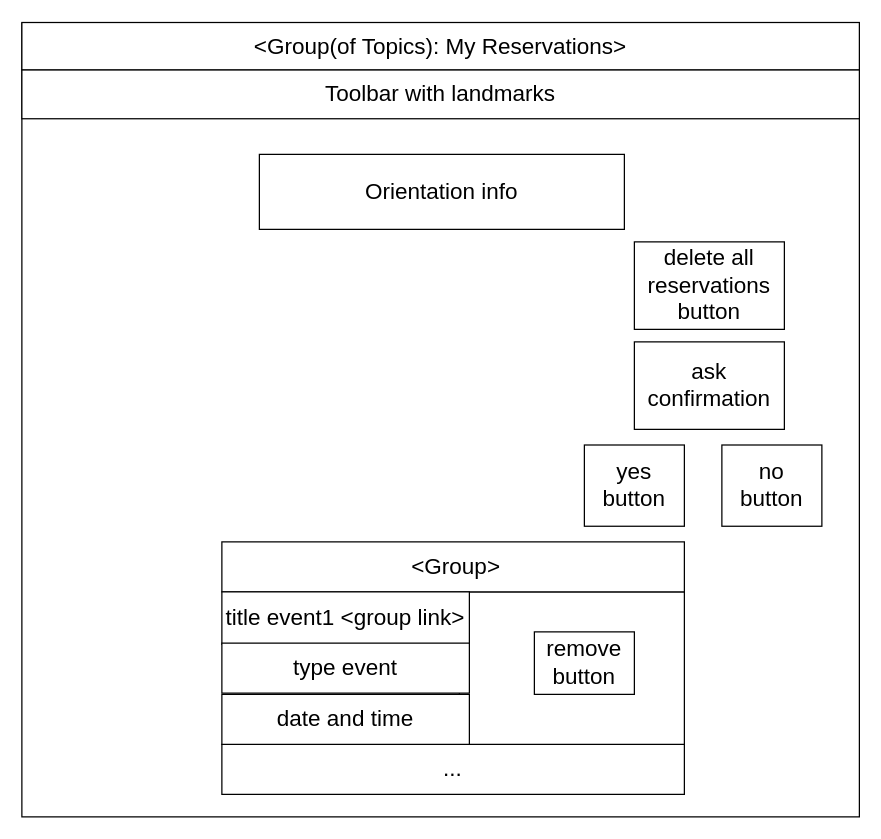
This is other/documentation/frontend/DRAW IO desing/myReservations confirm delete all.drawio from LeonardoPanizzo/hypermedia2019, a draw.io file, before an edit. Source tidied: cells renumbered, new cells numbered last; positions are measured from the earlier drawing's top-left corner, leaving out a move shared by most shapes. Both pictures are drawn from the tidied source at 125%, with x=0, y=0 at pixel (21, 21).
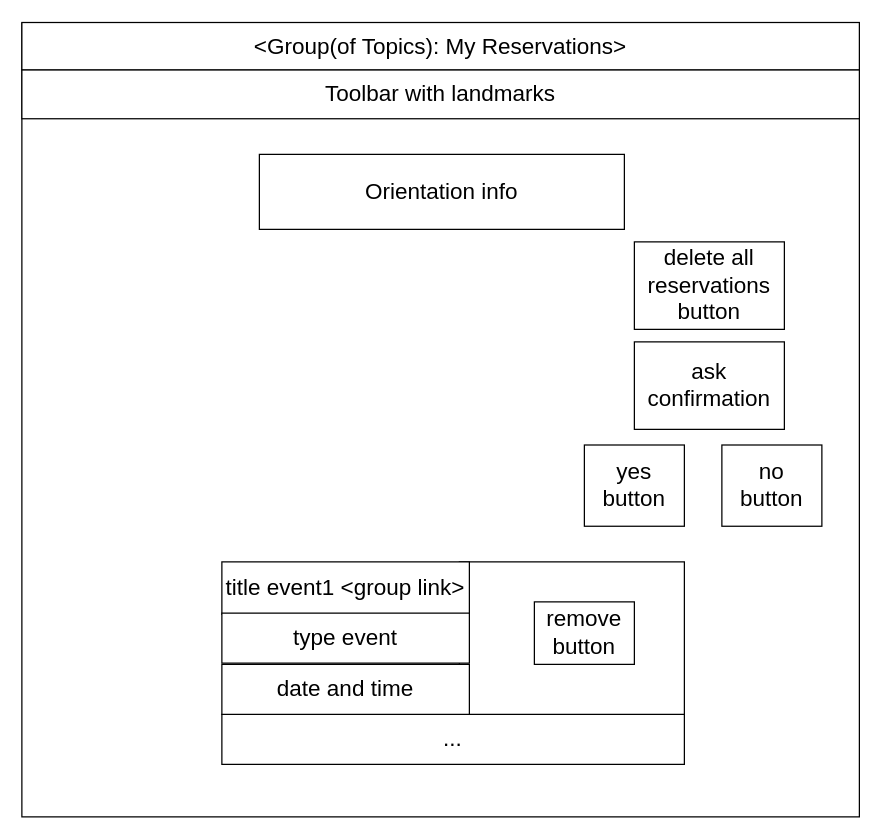
After the change.

The edit, as a diff of the source:
```diff
@@
 <mxGraphModel>
   <root>
     <mxCell id="0" />
     <mxCell id="1" parent="0" />
     <mxCell id="2" style="rounded=0;whiteSpace=wrap;html=1;" parent="1" vertex="1">
       <mxGeometry y="1" width="670" height="635" as="geometry" />
     </mxCell>
     <mxCell id="3" style="rounded=0;whiteSpace=wrap;html=1;" parent="1" vertex="1">
-      <mxGeometry x="350" y="456" width="180" height="130" as="geometry" />
+      <mxGeometry x="350" y="432" width="180" height="130" as="geometry" />
     </mxCell>
     <mxCell id="4" value="&lt;div style=&quot;text-align: left ; font-size: 18px&quot;&gt;&lt;span&gt;&amp;lt;Group(of Topics): My Reservations&amp;gt;&lt;/span&gt;&lt;br&gt;&lt;/div&gt;" style="rounded=0;whiteSpace=wrap;html=1;fontSize=18;" parent="1" vertex="1">
       <mxGeometry y="0.5" width="670" height="38" as="geometry" />
     </mxCell>
     <mxCell id="5" value="Toolbar with landmarks" style="rounded=0;whiteSpace=wrap;html=1;fontSize=18;" parent="1" vertex="1">
       <mxGeometry y="38.5" width="670" height="39" as="geometry" />
     </mxCell>
-    <mxCell id="6" value="&amp;nbsp;&amp;lt;Group&amp;gt;" style="rounded=0;whiteSpace=wrap;html=1;fontSize=18;" parent="1" vertex="1">
-      <mxGeometry x="160" y="416" width="370" height="40" as="geometry" />
-    </mxCell>
     <mxCell id="7" value="..." style="rounded=0;whiteSpace=wrap;html=1;fontSize=18;" parent="1" vertex="1">
-      <mxGeometry x="160" y="578" width="370" height="40" as="geometry" />
+      <mxGeometry x="160" y="554" width="370" height="40" as="geometry" />
     </mxCell>
     <mxCell id="8" value="title event1 &amp;lt;group link&amp;gt;" style="rounded=0;whiteSpace=wrap;html=1;fontSize=18;" parent="1" vertex="1">
-      <mxGeometry x="160" y="456" width="198" height="42" as="geometry" />
+      <mxGeometry x="160" y="432" width="198" height="42" as="geometry" />
     </mxCell>
     <mxCell id="9" value="delete all reservations&lt;br&gt;button" style="rounded=0;whiteSpace=wrap;html=1;fontSize=18;" parent="1" vertex="1">
       <mxGeometry x="490" y="176" width="120" height="70" as="geometry" />
     </mxCell>
     <mxCell id="10" value="type event" style="rounded=0;whiteSpace=wrap;html=1;fontSize=18;" parent="1" vertex="1">
-      <mxGeometry x="160" y="497" width="198" height="40" as="geometry" />
+      <mxGeometry x="160" y="473" width="198" height="40" as="geometry" />
     </mxCell>
     <mxCell id="11" value="date and time" style="rounded=0;whiteSpace=wrap;html=1;fontSize=18;" parent="1" vertex="1">
-      <mxGeometry x="160" y="538" width="198" height="40" as="geometry" />
+      <mxGeometry x="160" y="514" width="198" height="40" as="geometry" />
     </mxCell>
     <mxCell id="12" value="remove&lt;br&gt;button" style="rounded=0;whiteSpace=wrap;html=1;fontSize=18;" parent="1" vertex="1">
-      <mxGeometry x="410" y="488" width="80" height="50" as="geometry" />
+      <mxGeometry x="410" y="464" width="80" height="50" as="geometry" />
     </mxCell>
     <mxCell id="13" value="&lt;span style=&quot;font-size: 18px&quot;&gt;Orientation info&lt;/span&gt;" style="rounded=0;whiteSpace=wrap;html=1;" parent="1" vertex="1">
       <mxGeometry x="190" y="106" width="292" height="60" as="geometry" />
     </mxCell>
     <mxCell id="14" value="ask confirmation" style="rounded=0;whiteSpace=wrap;html=1;fontSize=18;" parent="1" vertex="1">
       <mxGeometry x="490" y="256" width="120" height="70" as="geometry" />
     </mxCell>
     <mxCell id="15" value="yes&lt;br&gt;button" style="rounded=0;whiteSpace=wrap;html=1;fontSize=18;" parent="1" vertex="1">
       <mxGeometry x="450" y="338.5" width="80" height="65" as="geometry" />
     </mxCell>
     <mxCell id="16" value="no&lt;br&gt;button" style="rounded=0;whiteSpace=wrap;html=1;fontSize=18;" parent="1" vertex="1">
       <mxGeometry x="560" y="338.5" width="80" height="65" as="geometry" />
     </mxCell>
   </root>
 </mxGraphModel>
```
